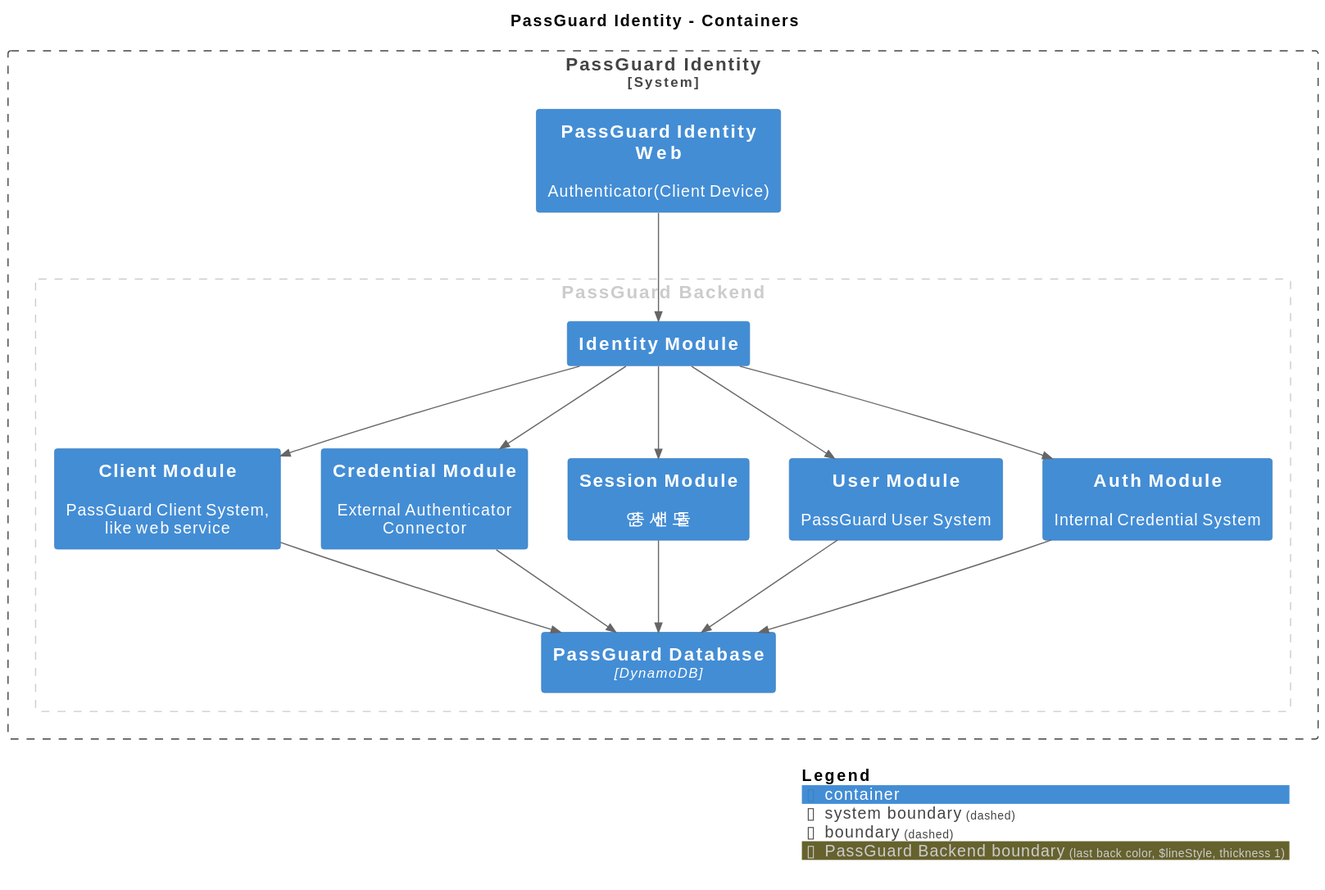
This is master/svg/ContainerView.svg from IntellectusCorp/passguard-docs, a PlantUML export, as it was before one commit. Its source is kept beside it as master/puml/ContainerView.puml.
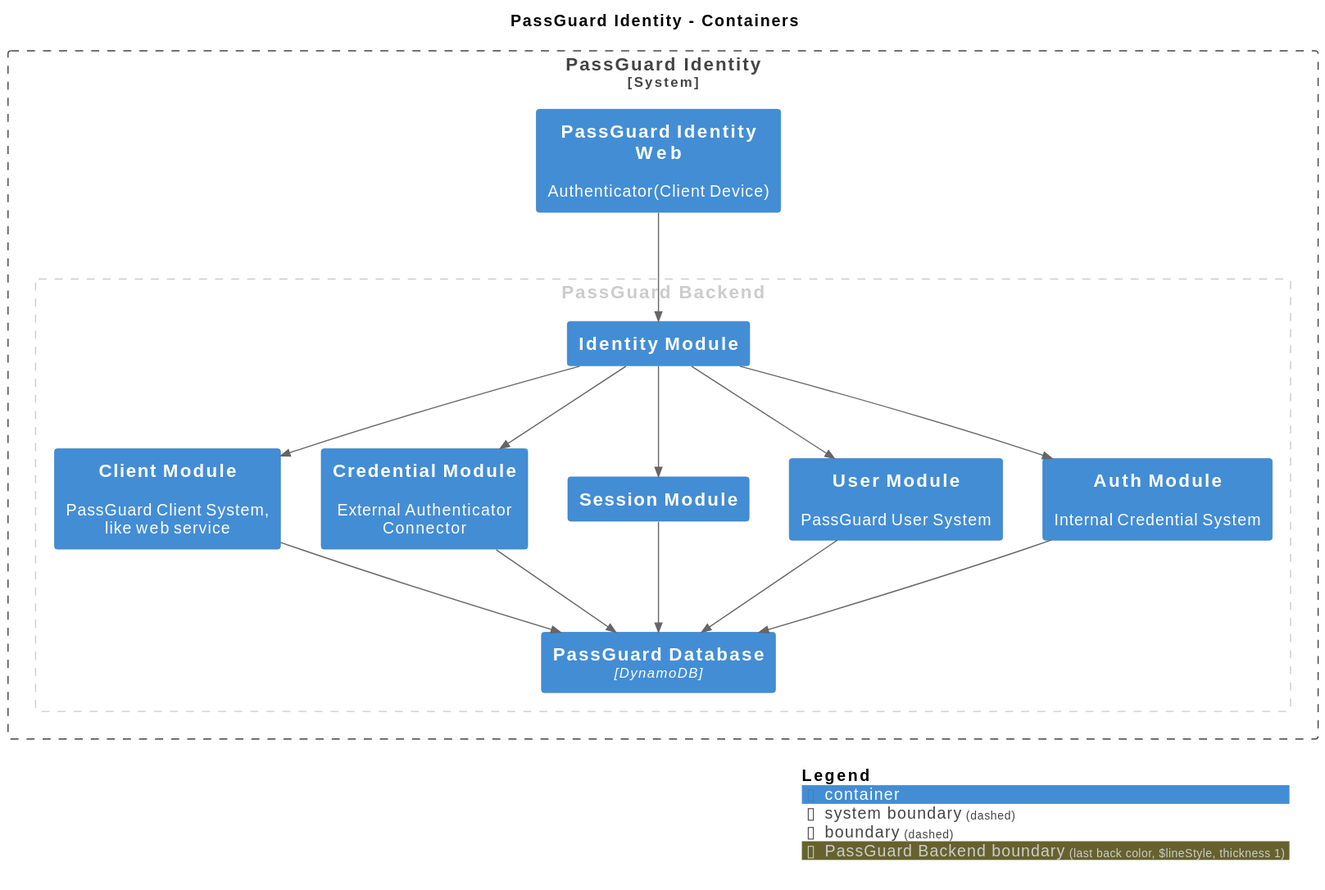
After the commit.

What changed in the source:
```diff
@@ -13,7 +13,7 @@
   Boundary(group_1, "PassGuard Backend", $tags="PassGuard Backend") {
     Container(PassGuardIdentity.ClientModule, "Client Module", $techn="", $descr="PassGuard Client System, like web service", $tags="", $link="")
     Container(PassGuardIdentity.CredentialModule, "Credential Module", $techn="", $descr="External Authenticator Connector", $tags="", $link="")
-    Container(PassGuardIdentity.SessionModule, "Session Module", $techn="", $descr="인증 세션 모듈", $tags="", $link="")
+    Container(PassGuardIdentity.SessionModule, "Session Module", $techn="", $descr="", $tags="", $link="")
     Container(PassGuardIdentity.UserModule, "User Module", $techn="", $descr="PassGuard User System", $tags="", $link="")
     Container(PassGuardIdentity.PassGuardDatabase, "PassGuard Database", $techn="DynamoDB", $descr="", $tags="", $link="")
     Container(PassGuardIdentity.IdentityModule, "Identity Module", $techn="", $descr="", $tags="", $link="")
```
